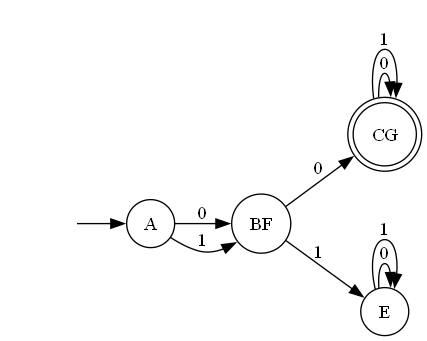
LPfontes/projeto_ling_formal keeps this Graphviz diagram as tfm/static/imagem/AFD_MIN.gv.png. Above is the earlier version. Its source is kept beside it as tfm/static/imagem/AFD_MIN.gv.
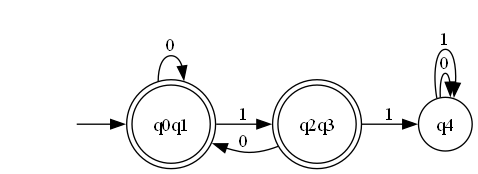
The same diagram one commit later.

Change to the diagram source:
```diff
@@ -1,17 +1,14 @@
 digraph "tfm\static\imagem\AFD_MIN" {
 	graph [rankdir=LR]
 	"" [label="" shape=plaintext]
-	CG [label=CG shape=doublecircle]
-	BF [label=BF shape=circle]
-	A [label=A shape=circle]
-	E [label=E shape=circle]
-	"" -> A [label=""]
-	A -> BF [label=0]
-	A -> BF [label=1]
-	BF -> CG [label=0]
-	BF -> E [label=1]
-	CG -> CG [label=0]
-	CG -> CG [label=1]
-	E -> E [label=0]
-	E -> E [label=1]
+	q0q1 [label=q0q1 shape=doublecircle]
+	q2q3 [label=q2q3 shape=doublecircle]
+	q4 [label=q4 shape=circle]
+	"" -> q0q1 [label=""]
+	q0q1 -> q0q1 [label=0]
+	q0q1 -> q2q3 [label=1]
+	q2q3 -> q0q1 [label=0]
+	q2q3 -> q4 [label=1]
+	q4 -> q4 [label=0]
+	q4 -> q4 [label=1]
 }
```
